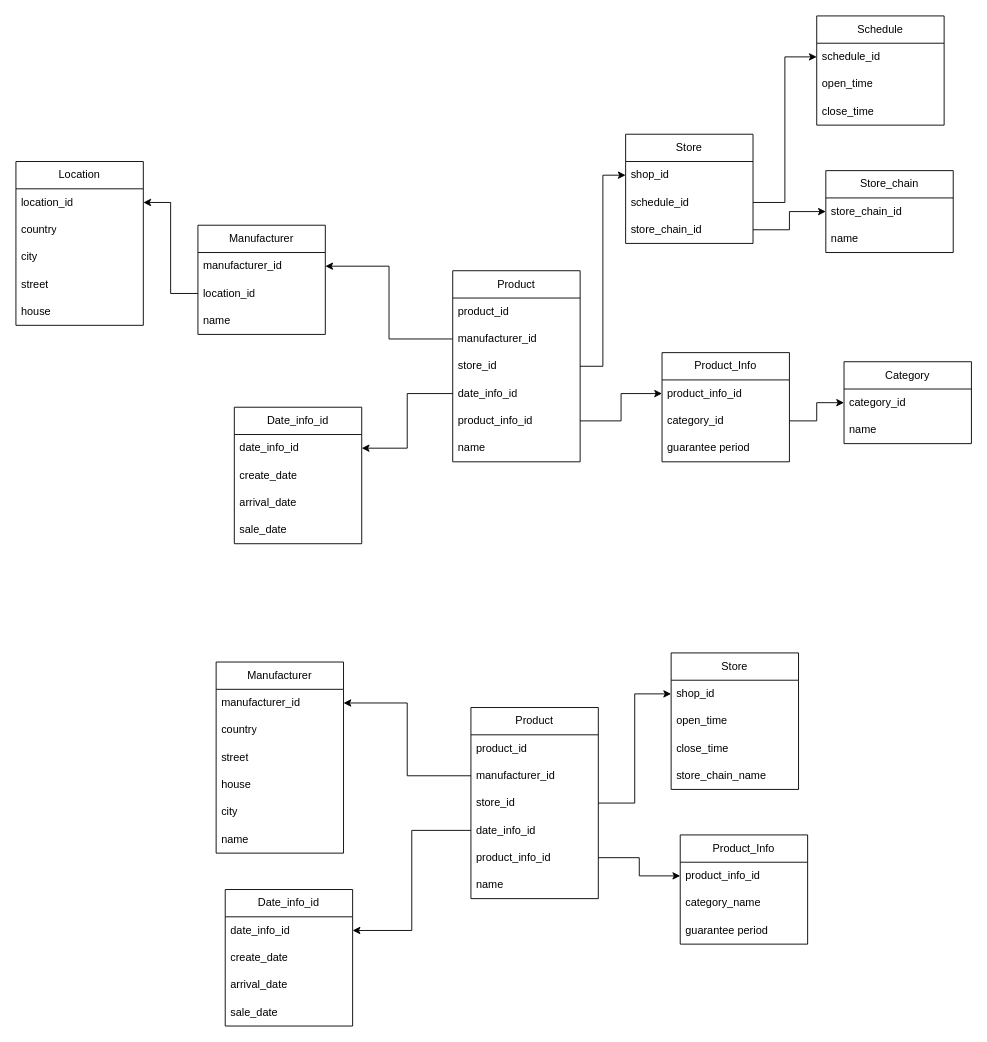
Above: Диаграмма без названия.drawio in dima3sh/repo (draw.io), before the change. Source tidied: cells renumbered, new cells numbered last; positions are measured from the earlier drawing's top-left corner, leaving out a move shared by most shapes. Both pictures are drawn from the tidied source at 91%, with x=0, y=0 at pixel (15, 15).
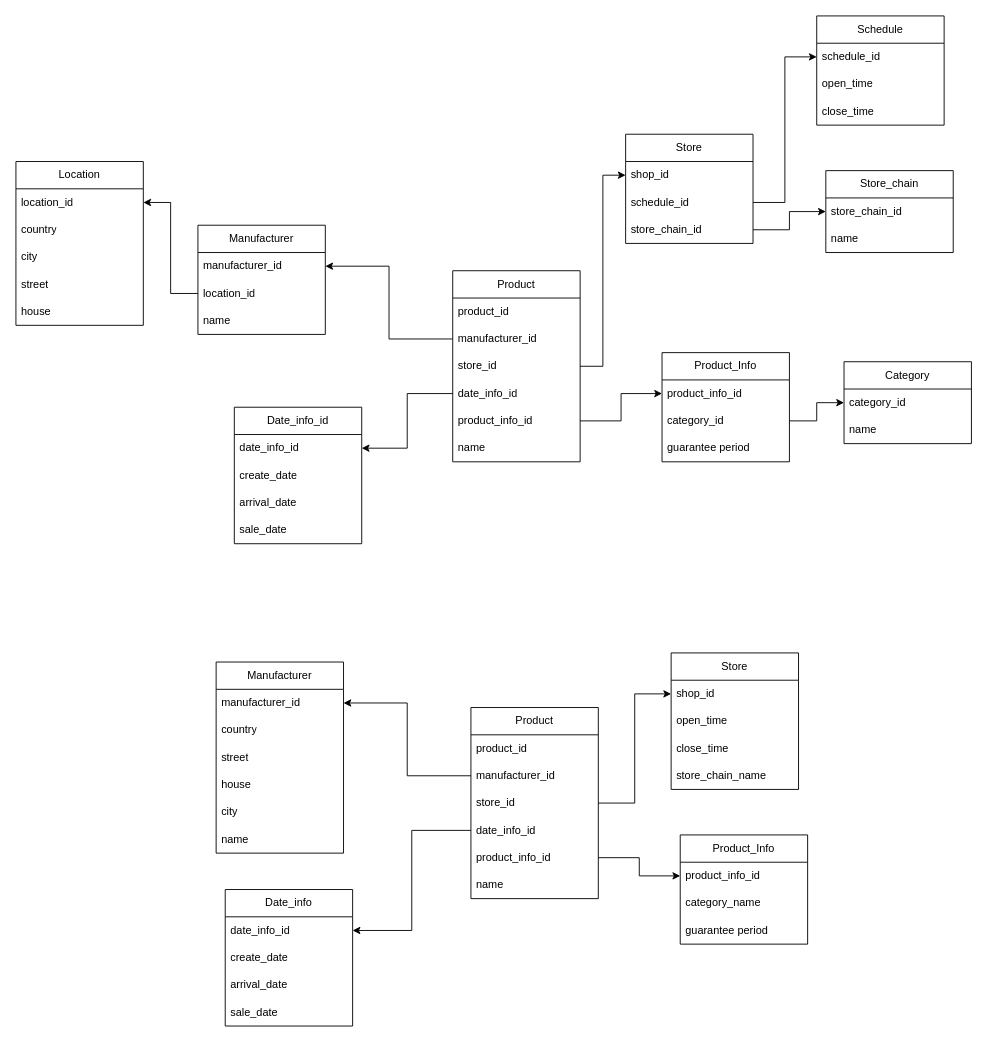
Above is the later version.

The edit, as a diff of the source:
```diff
@@
-    <mxCell id="71" value="Date_info_id" style="swimlane;fontStyle=0;horizontal=1;startSize=30;whiteSpace=wrap;html=1;" parent="1" vertex="1">
+    <mxCell id="71" value="Date_info" style="swimlane;fontStyle=0;horizontal=1;startSize=30;whiteSpace=wrap;html=1;" parent="1" vertex="1">
       <mxGeometry x="230" y="960" width="140" height="150" as="geometry" />
     </mxCell>
```
